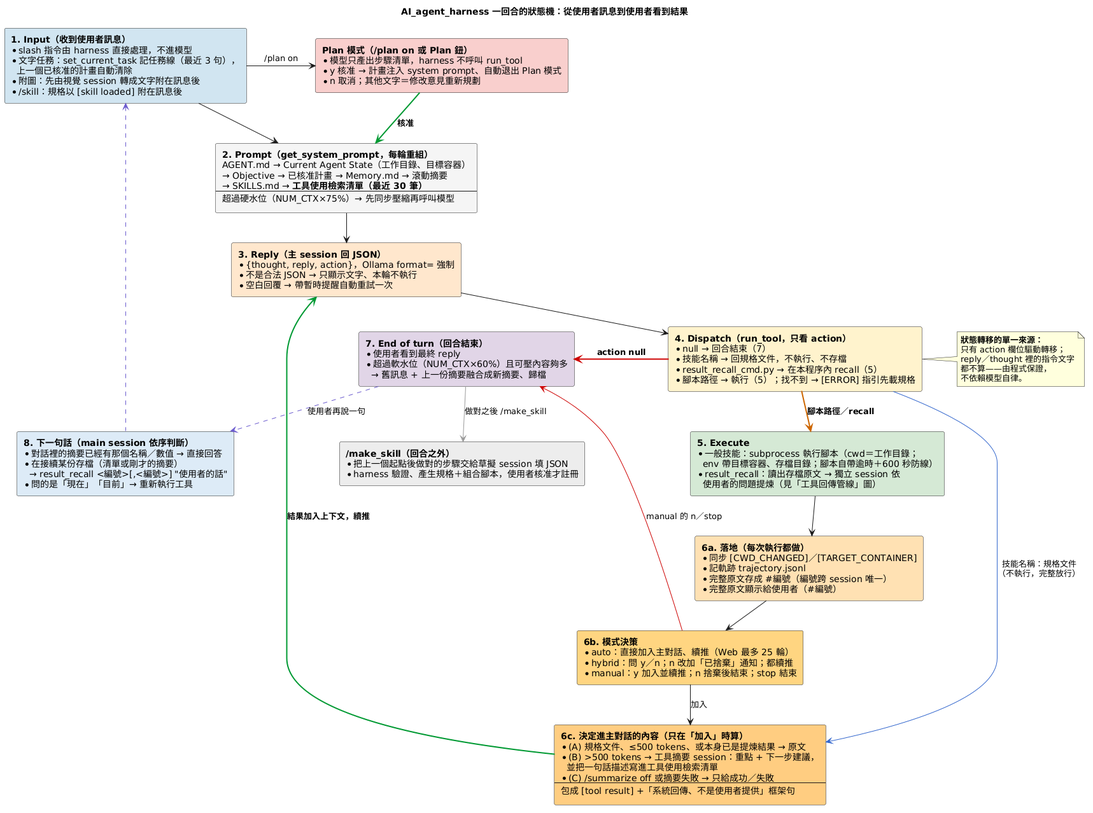
Before: doc/images/AI_agent_harness的狀態轉移.png, a diagram exported from PlantUML (DavidZox/AI_agent_harness).
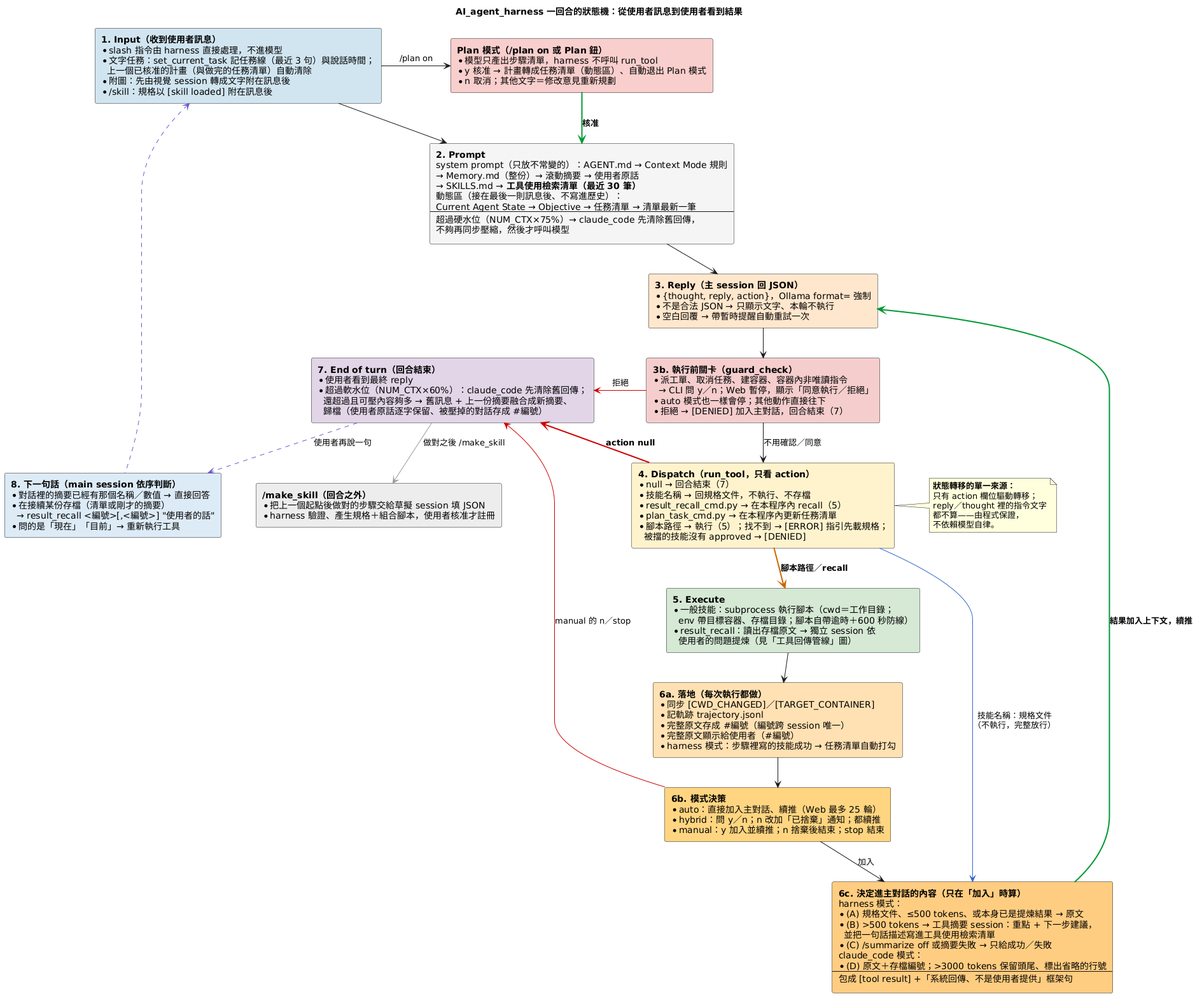
The same file after the commit.

The edit, as a diff of the source:
```diff
@@ -10,19 +10,22 @@
 rectangle State1 #D1E5F0 [
   **1. Input（收到使用者訊息）**
   * slash 指令由 harness 直接處理，不進模型
-  * 文字任務：set_current_task 記任務線（最近 3 句），
-    上一個已核准的計畫自動清除
+  * 文字任務：set_current_task 記任務線（最近 3 句）與說話時間；
+    上一個已核准的計畫（與做完的任務清單）自動清除
   * 附圖：先由視覺 session 轉成文字附在訊息後
   * /skill：規格以 [skill loaded] 附在訊息後
 ]
 
 rectangle State2 #F5F5F5 [
-  **2. Prompt（get_system_prompt，每輪重組）**
-  AGENT.md → Current Agent State（工作目錄、目標容器）
-  → Objective → 已核准計畫 → Memory.md → 滾動摘要
+  **2. Prompt**
+  system prompt（只放不常變的）：AGENT.md → Context Mode 規則
+  → Memory.md（整份）→ 滾動摘要 → 使用者原話
   → SKILLS.md → **工具使用檢索清單（最近 30 筆）**
+  動態區（接在最後一則訊息後、不寫進歷史）：
+  Current Agent State → Objective → 任務清單 → 清單最新一筆
   ----
-  超過硬水位（NUM_CTX×75%）→ 先同步壓縮再呼叫模型
+  超過硬水位（NUM_CTX×75%）→ claude_code 先清除舊回傳，
+  不夠再同步壓縮，然後才呼叫模型
 ]
 
 rectangle State3 #FFE6CC [
@@ -32,12 +35,22 @@
   * 空白回覆 → 帶暫時提醒自動重試一次
 ]
 
+rectangle StateGuard #F4CCCC [
+  **3b. 執行前關卡（guard_check）**
+  * 派工單、取消任務、建容器、容器內非唯讀指令
+    → CLI 問 y／n；Web 暫停，顯示「同意執行／拒絕」
+  * auto 模式也一樣會停；其他動作直接往下
+  * 拒絕 → [DENIED] 加入主對話，回合結束（7）
+]
+
 rectangle State4 #FFF2CC [
   **4. Dispatch（run_tool，只看 action）**
   * null → 回合結束（7）
   * 技能名稱 → 回規格文件，不執行、不存檔
   * result_recall_cmd.py → 在本程序內 recall（5）
-  * 腳本路徑 → 執行（5）；找不到 → [ERROR] 指引先載規格
+  * plan_task_cmd.py → 在本程序內更新任務清單
+  * 腳本路徑 → 執行（5）；找不到 → [ERROR] 指引先載規格；
+    被擋的技能沒有 approved → [DENIED]
 ]
 
 rectangle State5 #D5E8D4 [
@@ -54,6 +67,7 @@
   * 記軌跡 trajectory.jsonl
   * 完整原文存成 #編號（編號跨 session 唯一）
   * 完整原文顯示給使用者（#編號）
+  * harness 模式：步驟裡寫的技能成功 → 任務清單自動打勾
 ]
 
 rectangle State6b #FFD580 [
@@ -65,10 +79,13 @@
 
 rectangle State6c #FFCC80 [
   **6c. 決定進主對話的內容（只在「加入」時算）**
+  harness 模式：
   * (A) 規格文件、≤500 tokens、或本身已是提煉結果 → 原文
   * (B) >500 tokens → 工具摘要 session：重點 + 下一步建議，
     並把一句話描述寫進工具使用檢索清單
   * (C) /summarize off 或摘要失敗 → 只給成功／失敗
+  claude_code 模式：
+  * (D) 原文＋存檔編號；>3000 tokens 保留頭尾、標出省略的行號
   ----
   包成 [tool result] +「系統回傳、不是使用者提供」框架句
 ]
@@ -76,8 +93,9 @@
 rectangle State7 #E1D5E7 [
   **7. End of turn（回合結束）**
   * 使用者看到最終 reply
-  * 超過軟水位（NUM_CTX×60%）且可壓內容夠多
-    → 舊訊息 + 上一份摘要融合成新摘要、歸檔
+  * 超過軟水位（NUM_CTX×60%）：claude_code 先清除舊回傳；
+    還超過且可壓內容夠多 → 舊訊息 + 上一份摘要融合成新摘要、
+    歸檔（使用者原話逐字保留、被壓掉的對話存成 #編號）
 ]
 
 rectangle State8 #DDEBF7 [
@@ -91,7 +109,7 @@
 rectangle StatePlan #F8CECC [
   **Plan 模式（/plan on 或 Plan 鈕）**
   * 模型只產出步驟清單，harness 不呼叫 run_tool
-  * y 核准 → 計畫注入 system prompt、自動退出 Plan 模式
+  * y 核准 → 計畫轉成任務清單（動態區）、自動退出 Plan 模式
   * n 取消；其他文字＝修改意見重新規劃
 ]
 
@@ -103,7 +121,9 @@
 
 State1 -down-> State2
 State2 -down-> State3
-State3 -down-> State4
+State3 -down-> StateGuard
+StateGuard -down-> State4 : 不用確認／同意
+StateGuard -[#CC0000]left-> State7 : 拒絕
 State4 -[#CC6600,bold]down-> State5 : **腳本路徑／recall**
 State4 -[#3366CC]right-> State6c : 技能名稱：規格文件\n（不執行，完整放行）
 State5 -down-> State6a
```
